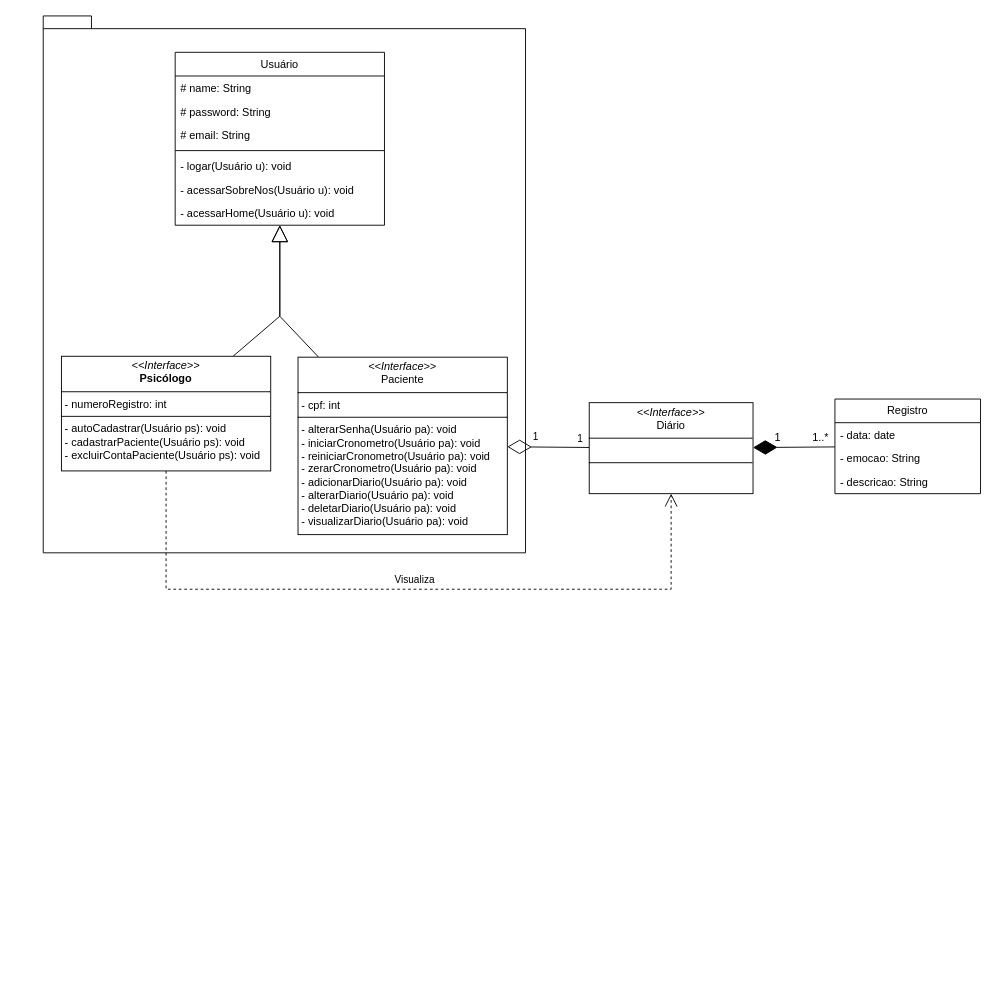
Above: InterfaceMyPeace.drawio in RebecaVieiraM/Diagramas (draw.io), before the change. Source tidied: cells renumbered, new cells numbered last; positions are measured from the earlier drawing's top-left corner, leaving out a move shared by most shapes. Both pictures are drawn from the tidied source at 91%, with x=0, y=0 at pixel (43, 15).
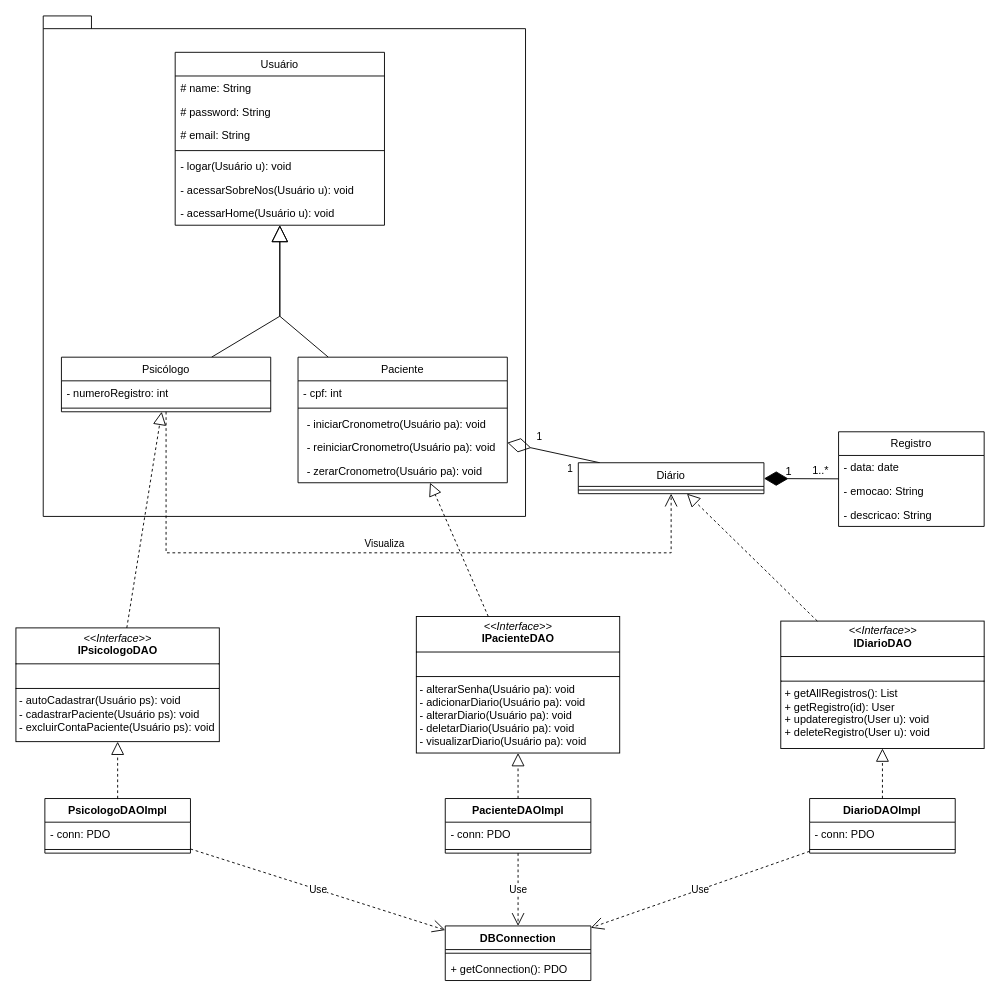
Above is the later version.

The change refers to these unchanged cells:
```xml
<mxCell id="12" value="&lt;span style=&quot;font-weight: 400;&quot;&gt;Usuário&lt;/span&gt;" style="swimlane;fontStyle=1;align=center;verticalAlign=top;horizontal=1;startSize=26;whiteSpace=wrap;html=1;" parent="1" vertex="1">
  <mxGeometry x="145" y="40" width="230" height="190" as="geometry" />
</mxCell>
```

The edit, as a diff of the source:
```diff
@@
     <mxCell id="2" style="shape=folder;fontStyle=1;spacingTop=10;tabWidth=40;tabHeight=14;tabPosition=left;html=1;whiteSpace=wrap;" parent="1" vertex="1">
-      <mxGeometry width="530" height="590" as="geometry" />
+      <mxGeometry width="530" height="550" as="geometry" />
     </mxCell>
-    <mxCell id="3" style="endArrow=block;endSize=16;endFill=0;html=1;rounded=0;" parent="1" edge="1" source="24" target="12">
+    <mxCell id="3" style="endArrow=block;endSize=16;endFill=0;html=1;rounded=0;" parent="1" edge="1" source="27" target="12">
       <mxGeometry relative="1" as="geometry">
         <Array as="points">
           <mxPoint x="260" y="330" />
         </Array>
       </mxGeometry>
     </mxCell>
-    <mxCell id="4" style="endArrow=block;endSize=16;endFill=0;html=1;rounded=0;" parent="1" edge="1" source="26" target="12">
+    <mxCell id="4" style="endArrow=block;endSize=16;endFill=0;html=1;rounded=0;" parent="1" edge="1" source="30" target="12">
       <mxGeometry relative="1" as="geometry">
         <Array as="points">
           <mxPoint x="260" y="330" />
         </Array>
       </mxGeometry>
     </mxCell>
-    <mxCell id="5" style="endArrow=diamondThin;endFill=0;endSize=24;html=1;rounded=0;" parent="1" edge="1" source="25" target="26">
+    <mxCell id="5" style="endArrow=diamondThin;endFill=0;endSize=24;html=1;rounded=0;" parent="1" edge="1" source="36" target="30">
       <mxGeometry relative="1" as="geometry" />
     </mxCell>
@@
     <mxCell id="7" value="Registro" style="swimlane;fontStyle=0;horizontal=1;startSize=26;fillColor=none;whiteSpace=wrap;html=1;" parent="1" vertex="1">
-      <mxGeometry x="870" y="421" width="160" height="104" as="geometry" />
+      <mxGeometry x="874" y="457" width="160" height="104" as="geometry" />
     </mxCell>
@@
     <mxCell id="11" value="1..*" style="text;html=1;align=center;verticalAlign=middle;strokeColor=none;fillColor=none;" parent="1" vertex="1">
-      <mxGeometry x="834" y="449" width="40" height="30" as="geometry" />
+      <mxGeometry x="834" y="485" width="40" height="30" as="geometry" />
     </mxCell>
@@
     <mxCell id="20" value="1" style="edgeLabel;html=1;align=center;verticalAlign=middle;" parent="1" vertex="1">
-      <mxGeometry x="549" y="464" as="geometry">
+      <mxGeometry x="538" y="497" as="geometry">
         <mxPoint x="40" as="offset" />
       </mxGeometry>
     </mxCell>
-    <mxCell id="21" style="endArrow=diamondThin;endFill=1;endSize=24;html=1;rounded=0;" parent="1" edge="1" source="7" target="25">
+    <mxCell id="21" style="endArrow=diamondThin;endFill=1;endSize=24;html=1;rounded=0;" parent="1" edge="1" source="7" target="36">
       <mxGeometry relative="1" as="geometry" />
     </mxCell>
-    <mxCell id="22" value="Visualiza" style="endArrow=open;endSize=12;dashed=1;html=1;rounded=0;" parent="1" edge="1" source="24" target="25">
+    <mxCell id="22" value="Visualiza" style="endArrow=open;endSize=12;dashed=1;html=1;rounded=0;" parent="1" edge="1" source="27" target="36">
       <mxGeometry x="0.02" y="10" relative="1" as="geometry">
         <Array as="points">
-          <mxPoint x="135" y="630" />
-          <mxPoint x="690" y="630" />
+          <mxPoint x="135" y="590" />
+          <mxPoint x="690" y="590" />
         </Array>
       </mxGeometry>
     </mxCell>
     <mxCell id="23" value="1" style="text;html=1;align=center;verticalAlign=middle;strokeColor=none;fillColor=none;" parent="1" vertex="1">
-      <mxGeometry x="792" y="449" width="30" height="30" as="geometry" />
+      <mxGeometry x="804" y="486" width="30" height="30" as="geometry" />
     </mxCell>
-    <mxCell id="24" value="&lt;p style=&quot;margin:0px;margin-top:4px;text-align:center;&quot;&gt;&lt;i&gt;&amp;lt;&amp;lt;Interface&amp;gt;&amp;gt;&lt;/i&gt;&lt;br&gt;&lt;span style=&quot;font-weight: 700;&quot;&gt;Psicólogo&lt;/span&gt;&lt;br&gt;&lt;/p&gt;&lt;hr size=&quot;1&quot; style=&quot;border-style:solid;&quot;&gt;&lt;p style=&quot;margin:0px;margin-left:4px;&quot;&gt;- numeroRegistro: int&lt;br&gt;&lt;/p&gt;&lt;hr size=&quot;1&quot; style=&quot;border-style:solid;&quot;&gt;&lt;p style=&quot;margin:0px;margin-left:4px;&quot;&gt;- autoCadastrar(Usuário ps): void&lt;br&gt;&lt;/p&gt;&lt;p style=&quot;margin:0px;margin-left:4px;&quot;&gt;- cadastrarPaciente(Usuário ps): void&lt;br&gt;&lt;/p&gt;&lt;p style=&quot;margin:0px;margin-left:4px;&quot;&gt;- excluirContaPaciente(Usuário ps): void&lt;br&gt;&lt;/p&gt;" style="verticalAlign=top;align=left;overflow=fill;html=1;whiteSpace=wrap;" parent="1" vertex="1">
-      <mxGeometry x="20" y="374" width="230" height="126" as="geometry" />
-    </mxCell>
-    <mxCell id="25" value="&lt;p style=&quot;margin:0px;margin-top:4px;text-align:center;&quot;&gt;&lt;i&gt;&amp;lt;&amp;lt;Interface&amp;gt;&amp;gt;&lt;/i&gt;&lt;br&gt;Diário&lt;br&gt;&lt;/p&gt;&lt;hr size=&quot;1&quot; style=&quot;border-style:solid;&quot;&gt;&lt;p style=&quot;margin:0px;margin-left:4px;&quot;&gt;&lt;br&gt;&lt;/p&gt;&lt;hr size=&quot;1&quot; style=&quot;border-style:solid;&quot;&gt;&lt;p style=&quot;margin:0px;margin-left:4px;&quot;&gt;&lt;br&gt;&lt;/p&gt;" style="verticalAlign=top;align=left;overflow=fill;html=1;whiteSpace=wrap;" parent="1" vertex="1">
-      <mxGeometry x="600" y="425" width="180" height="100" as="geometry" />
-    </mxCell>
-    <mxCell id="26" value="&lt;p style=&quot;margin:0px;margin-top:4px;text-align:center;&quot;&gt;&lt;i&gt;&amp;lt;&amp;lt;Interface&amp;gt;&amp;gt;&lt;/i&gt;&lt;br&gt;Paciente&lt;br&gt;&lt;/p&gt;&lt;hr size=&quot;1&quot; style=&quot;border-style:solid;&quot;&gt;&lt;p style=&quot;margin:0px;margin-left:4px;&quot;&gt;- cpf&lt;span style=&quot;background-color: initial;&quot;&gt;: int&lt;/span&gt;&lt;br&gt;&lt;/p&gt;&lt;hr size=&quot;1&quot; style=&quot;border-style:solid;&quot;&gt;&lt;p style=&quot;margin:0px;margin-left:4px;&quot;&gt;&lt;span style=&quot;background-color: initial;&quot;&gt;- alterarSenha(Usuário pa): void&lt;/span&gt;&lt;/p&gt;&lt;p style=&quot;margin:0px;margin-left:4px;&quot;&gt;&lt;span style=&quot;background-color: initial;&quot;&gt;- iniciarCronometro(Usuário pa): void&lt;/span&gt;&lt;/p&gt;&lt;p style=&quot;margin:0px;margin-left:4px;&quot;&gt;- reiniciarCronometro(Usuário pa): void&lt;br&gt;&lt;/p&gt;&lt;p style=&quot;margin:0px;margin-left:4px;&quot;&gt;- zerarCronometro(Usuário pa): void&lt;br&gt;&lt;/p&gt;&lt;p style=&quot;margin:0px;margin-left:4px;&quot;&gt;- adicionarDiario(Usuário pa): void&lt;br&gt;&lt;/p&gt;&lt;p style=&quot;margin:0px;margin-left:4px;&quot;&gt;- alterarDiario(Usuário pa): void&lt;br&gt;&lt;/p&gt;&lt;p style=&quot;margin:0px;margin-left:4px;&quot;&gt;- deletarDiario(Usuário pa): void&lt;br&gt;&lt;/p&gt;&lt;p style=&quot;margin:0px;margin-left:4px;&quot;&gt;- visualizarDiario(Usuário pa): void&lt;br&gt;&lt;/p&gt;" style="verticalAlign=top;align=left;overflow=fill;html=1;whiteSpace=wrap;" parent="1" vertex="1">
-      <mxGeometry x="280" y="375" width="230" height="195" as="geometry" />
-    </mxCell>
+    <mxCell id="27" value="&lt;span style=&quot;font-weight: 400;&quot;&gt;Psicólogo&lt;/span&gt;" style="swimlane;fontStyle=1;align=center;verticalAlign=top;horizontal=1;startSize=26;whiteSpace=wrap;html=1;" parent="1" vertex="1">
+      <mxGeometry x="20" y="375" width="230" height="60" as="geometry" />
+    </mxCell>
+    <mxCell id="28" value="- numeroRegistro: int" style="text;strokeColor=none;fillColor=none;align=left;verticalAlign=top;spacingLeft=4;spacingRight=4;overflow=hidden;whiteSpace=wrap;html=1;" parent="27" vertex="1">
+      <mxGeometry y="26" width="230" height="26" as="geometry" />
+    </mxCell>
+    <mxCell id="29" style="line;strokeWidth=1;fillColor=none;align=left;verticalAlign=middle;spacingTop=-1;spacingLeft=3;spacingRight=3;labelPosition=right;strokeColor=inherit;" parent="27" vertex="1">
+      <mxGeometry y="52" width="230" height="8" as="geometry" />
+    </mxCell>
+    <mxCell id="30" value="&lt;span style=&quot;font-weight: 400;&quot;&gt;Paciente&lt;/span&gt;" style="swimlane;fontStyle=1;align=center;verticalAlign=top;horizontal=1;startSize=26;whiteSpace=wrap;html=1;" parent="1" vertex="1">
+      <mxGeometry x="280" y="375" width="230" height="138" as="geometry" />
+    </mxCell>
+    <mxCell id="31" value="- cpf&lt;span style=&quot;background-color: initial;&quot;&gt;: int&lt;/span&gt;" style="text;strokeColor=none;fillColor=none;align=left;verticalAlign=top;spacingLeft=4;spacingRight=4;overflow=hidden;whiteSpace=wrap;html=1;" parent="30" vertex="1">
+      <mxGeometry y="26" width="230" height="26" as="geometry" />
+    </mxCell>
+    <mxCell id="32" style="line;strokeWidth=1;fillColor=none;align=left;verticalAlign=middle;spacingTop=-1;spacingLeft=3;spacingRight=3;labelPosition=right;strokeColor=inherit;" parent="30" vertex="1">
+      <mxGeometry y="52" width="230" height="8" as="geometry" />
+    </mxCell>
+    <mxCell id="33" value="&lt;p style=&quot;margin: 0px 0px 0px 4px;&quot;&gt;&lt;span style=&quot;background-color: initial;&quot;&gt;- iniciarCronometro(Usuário pa): void&lt;/span&gt;&lt;/p&gt;" style="text;strokeColor=none;fillColor=none;align=left;verticalAlign=top;spacingLeft=4;spacingRight=4;overflow=hidden;whiteSpace=wrap;html=1;" parent="30" vertex="1">
+      <mxGeometry y="60" width="230" height="26" as="geometry" />
+    </mxCell>
+    <mxCell id="34" value="&lt;p style=&quot;margin: 0px 0px 0px 4px;&quot;&gt;- reiniciarCronometro(Usuário pa): void&lt;/p&gt;" style="text;strokeColor=none;fillColor=none;align=left;verticalAlign=top;spacingLeft=4;spacingRight=4;overflow=hidden;whiteSpace=wrap;html=1;" parent="30" vertex="1">
+      <mxGeometry y="86" width="230" height="26" as="geometry" />
+    </mxCell>
+    <mxCell id="35" value="&lt;p style=&quot;margin: 0px 0px 0px 4px;&quot;&gt;- zerarCronometro(Usuário pa): void&lt;/p&gt;" style="text;strokeColor=none;fillColor=none;align=left;verticalAlign=top;spacingLeft=4;spacingRight=4;overflow=hidden;whiteSpace=wrap;html=1;" parent="30" vertex="1">
+      <mxGeometry y="112" width="230" height="26" as="geometry" />
+    </mxCell>
+    <mxCell id="36" value="&lt;span style=&quot;font-weight: 400;&quot;&gt;Diário&lt;/span&gt;" style="swimlane;fontStyle=1;align=center;verticalAlign=top;horizontal=1;startSize=26;whiteSpace=wrap;html=1;" parent="1" vertex="1">
+      <mxGeometry x="588" y="491" width="204" height="34" as="geometry" />
+    </mxCell>
+    <mxCell id="37" style="line;strokeWidth=1;fillColor=none;align=left;verticalAlign=middle;spacingTop=-1;spacingLeft=3;spacingRight=3;labelPosition=right;strokeColor=inherit;" parent="36" vertex="1">
+      <mxGeometry y="26" width="204" height="8" as="geometry" />
+    </mxCell>
+    <mxCell id="38" value="DBConnection" style="swimlane;fontStyle=1;align=center;verticalAlign=top;horizontal=1;startSize=26;whiteSpace=wrap;html=1;" parent="1" vertex="1">
+      <mxGeometry x="441.8" y="1000" width="160" height="60" as="geometry" />
+    </mxCell>
+    <mxCell id="39" style="line;strokeWidth=1;fillColor=none;align=left;verticalAlign=middle;spacingTop=-1;spacingLeft=3;spacingRight=3;labelPosition=right;strokeColor=inherit;" parent="38" vertex="1">
+      <mxGeometry y="26" width="160" height="8" as="geometry" />
+    </mxCell>
+    <mxCell id="40" value="+ getConnection(): PDO" style="text;strokeColor=none;fillColor=none;align=left;verticalAlign=top;spacingLeft=4;spacingRight=4;overflow=hidden;whiteSpace=wrap;html=1;" parent="38" vertex="1">
+      <mxGeometry y="34" width="160" height="26" as="geometry" />
+    </mxCell>
+    <mxCell id="41" value="PsicologoDAOImpl" style="swimlane;fontStyle=1;align=center;verticalAlign=top;horizontal=1;startSize=26;whiteSpace=wrap;html=1;" parent="1" vertex="1">
+      <mxGeometry x="1.8" y="860" width="160" height="60" as="geometry" />
+    </mxCell>
+    <mxCell id="42" value="- conn: PDO" style="text;strokeColor=none;fillColor=none;align=left;verticalAlign=top;spacingLeft=4;spacingRight=4;overflow=hidden;whiteSpace=wrap;html=1;" parent="41" vertex="1">
+      <mxGeometry y="26" width="160" height="26" as="geometry" />
+    </mxCell>
+    <mxCell id="43" style="line;strokeWidth=1;fillColor=none;align=left;verticalAlign=middle;spacingTop=-1;spacingLeft=3;spacingRight=3;labelPosition=right;strokeColor=inherit;" parent="41" vertex="1">
+      <mxGeometry y="52" width="160" height="8" as="geometry" />
+    </mxCell>
+    <mxCell id="44" value="Use" style="endArrow=open;endSize=12;dashed=1;html=1;rounded=0;" parent="1" edge="1" source="41" target="38">
+      <mxGeometry relative="1" as="geometry" />
+    </mxCell>
+    <mxCell id="45" value="&lt;p style=&quot;margin:0px;margin-top:4px;text-align:center;&quot;&gt;&lt;i&gt;&amp;lt;&amp;lt;Interface&amp;gt;&amp;gt;&lt;/i&gt;&lt;br&gt;&lt;b&gt;IPsicologoDAO&lt;/b&gt;&lt;/p&gt;&lt;hr size=&quot;1&quot; style=&quot;border-style:solid;&quot;&gt;&lt;p style=&quot;margin:0px;margin-left:4px;&quot;&gt;&lt;br&gt;&lt;/p&gt;&lt;hr size=&quot;1&quot; style=&quot;border-style:solid;&quot;&gt;&lt;p style=&quot;margin:0px;margin-left:4px;&quot;&gt;- autoCadastrar(Usuário ps): void&lt;br&gt;&lt;/p&gt;&lt;p style=&quot;margin:0px;margin-left:4px;&quot;&gt;- cadastrarPaciente(Usuário ps): void&lt;br&gt;&lt;/p&gt;&lt;p style=&quot;margin:0px;margin-left:4px;&quot;&gt;&lt;span style=&quot;background-color: initial;&quot;&gt;- excluirContaPaciente(Usuário ps): void&lt;/span&gt;&lt;br&gt;&lt;/p&gt;" style="verticalAlign=top;align=left;overflow=fill;html=1;whiteSpace=wrap;" parent="1" vertex="1">
+      <mxGeometry x="-30" y="672.5" width="223.5" height="125" as="geometry" />
+    </mxCell>
+    <mxCell id="46" style="endArrow=block;dashed=1;endFill=0;endSize=12;html=1;rounded=0;" parent="1" edge="1" source="41" target="45">
+      <mxGeometry relative="1" as="geometry" />
+    </mxCell>
+    <mxCell id="47" style="endArrow=block;dashed=1;endFill=0;endSize=12;html=1;rounded=0;" parent="1" edge="1" source="45" target="27">
+      <mxGeometry relative="1" as="geometry" />
+    </mxCell>
+    <mxCell id="48" value="&lt;p style=&quot;margin:0px;margin-top:4px;text-align:center;&quot;&gt;&lt;i&gt;&amp;lt;&amp;lt;Interface&amp;gt;&amp;gt;&lt;/i&gt;&lt;br&gt;&lt;b&gt;IPacienteDAO&lt;/b&gt;&lt;/p&gt;&lt;hr size=&quot;1&quot; style=&quot;border-style:solid;&quot;&gt;&lt;p style=&quot;margin:0px;margin-left:4px;&quot;&gt;&lt;br&gt;&lt;/p&gt;&lt;hr size=&quot;1&quot; style=&quot;border-style:solid;&quot;&gt;&lt;p style=&quot;margin:0px;margin-left:4px;&quot;&gt;&lt;span style=&quot;background-color: initial;&quot;&gt;- alterarSenha(Usuário pa): void&lt;/span&gt;&lt;/p&gt;&lt;p style=&quot;margin:0px;margin-left:4px;&quot;&gt;&lt;span style=&quot;background-color: initial;&quot;&gt;- adicionarDiario(Usuário pa): void&lt;/span&gt;&lt;/p&gt;&lt;p style=&quot;margin:0px;margin-left:4px;&quot;&gt;- alterarDiario(Usuário pa): void&lt;br&gt;&lt;/p&gt;&lt;p style=&quot;margin:0px;margin-left:4px;&quot;&gt;- deletarDiario(Usuário pa): void&lt;br&gt;&lt;/p&gt;&lt;p style=&quot;margin:0px;margin-left:4px;&quot;&gt;- visualizarDiario(Usuário pa): void&lt;br&gt;&lt;/p&gt;" style="verticalAlign=top;align=left;overflow=fill;html=1;whiteSpace=wrap;" parent="1" vertex="1">
+      <mxGeometry x="410" y="660" width="223.5" height="150" as="geometry" />
+    </mxCell>
+    <mxCell id="49" style="endArrow=block;dashed=1;endFill=0;endSize=12;html=1;rounded=0;" parent="1" edge="1" source="48" target="30">
+      <mxGeometry relative="1" as="geometry" />
+    </mxCell>
+    <mxCell id="50" value="PacienteDAOImpl" style="swimlane;fontStyle=1;align=center;verticalAlign=top;horizontal=1;startSize=26;whiteSpace=wrap;html=1;" parent="1" vertex="1">
+      <mxGeometry x="441.8" y="860" width="160" height="60" as="geometry" />
+    </mxCell>
+    <mxCell id="51" value="- conn: PDO" style="text;strokeColor=none;fillColor=none;align=left;verticalAlign=top;spacingLeft=4;spacingRight=4;overflow=hidden;whiteSpace=wrap;html=1;" parent="50" vertex="1">
+      <mxGeometry y="26" width="160" height="26" as="geometry" />
+    </mxCell>
+    <mxCell id="52" style="line;strokeWidth=1;fillColor=none;align=left;verticalAlign=middle;spacingTop=-1;spacingLeft=3;spacingRight=3;labelPosition=right;strokeColor=inherit;" parent="50" vertex="1">
+      <mxGeometry y="52" width="160" height="8" as="geometry" />
+    </mxCell>
+    <mxCell id="53" style="endArrow=block;dashed=1;endFill=0;endSize=12;html=1;rounded=0;" parent="1" edge="1" source="50" target="48">
+      <mxGeometry relative="1" as="geometry" />
+    </mxCell>
+    <mxCell id="54" value="Use" style="endArrow=open;endSize=12;dashed=1;html=1;rounded=0;" parent="1" edge="1" source="50" target="38">
+      <mxGeometry relative="1" as="geometry" />
+    </mxCell>
+    <mxCell id="55" value="&lt;p style=&quot;margin:0px;margin-top:4px;text-align:center;&quot;&gt;&lt;i&gt;&amp;lt;&amp;lt;Interface&amp;gt;&amp;gt;&lt;/i&gt;&lt;br&gt;&lt;b&gt;IDiarioDAO&lt;/b&gt;&lt;/p&gt;&lt;hr size=&quot;1&quot; style=&quot;border-style:solid;&quot;&gt;&lt;p style=&quot;margin:0px;margin-left:4px;&quot;&gt;&lt;br&gt;&lt;/p&gt;&lt;hr size=&quot;1&quot; style=&quot;border-style:solid;&quot;&gt;&lt;p style=&quot;margin: 0px 0px 0px 4px;&quot;&gt;+ getAllRegistros(): List&amp;nbsp;&lt;/p&gt;&lt;p style=&quot;margin: 0px 0px 0px 4px;&quot;&gt;+ getRegistro(id): User&amp;nbsp;&lt;/p&gt;&lt;p style=&quot;margin: 0px 0px 0px 4px;&quot;&gt;+ updateregistro(User u): void&amp;nbsp;&lt;/p&gt;&lt;p style=&quot;margin: 0px 0px 0px 4px;&quot;&gt;+ deleteRegistro(User u): void&lt;/p&gt;" style="verticalAlign=top;align=left;overflow=fill;html=1;whiteSpace=wrap;" parent="1" vertex="1">
+      <mxGeometry x="810.5" y="665" width="223.5" height="140" as="geometry" />
+    </mxCell>
+    <mxCell id="56" value="DiarioDAOImpl" style="swimlane;fontStyle=1;align=center;verticalAlign=top;horizontal=1;startSize=26;whiteSpace=wrap;html=1;" parent="1" vertex="1">
+      <mxGeometry x="842.2" y="860" width="160" height="60" as="geometry" />
+    </mxCell>
+    <mxCell id="57" value="- conn: PDO" style="text;strokeColor=none;fillColor=none;align=left;verticalAlign=top;spacingLeft=4;spacingRight=4;overflow=hidden;whiteSpace=wrap;html=1;" parent="56" vertex="1">
+      <mxGeometry y="26" width="160" height="26" as="geometry" />
+    </mxCell>
+    <mxCell id="58" style="line;strokeWidth=1;fillColor=none;align=left;verticalAlign=middle;spacingTop=-1;spacingLeft=3;spacingRight=3;labelPosition=right;strokeColor=inherit;" parent="56" vertex="1">
+      <mxGeometry y="52" width="160" height="8" as="geometry" />
+    </mxCell>
+    <mxCell id="59" style="endArrow=block;dashed=1;endFill=0;endSize=12;html=1;rounded=0;" parent="1" edge="1" source="56" target="55">
+      <mxGeometry relative="1" as="geometry" />
+    </mxCell>
+    <mxCell id="60" value="Use" style="endArrow=open;endSize=12;dashed=1;html=1;rounded=0;" parent="1" edge="1" source="56" target="38">
+      <mxGeometry relative="1" as="geometry" />
+    </mxCell>
+    <mxCell id="61" style="endArrow=block;dashed=1;endFill=0;endSize=12;html=1;rounded=0;" parent="1" edge="1" source="55" target="36">
+      <mxGeometry relative="1" as="geometry" />
+    </mxCell>
```
